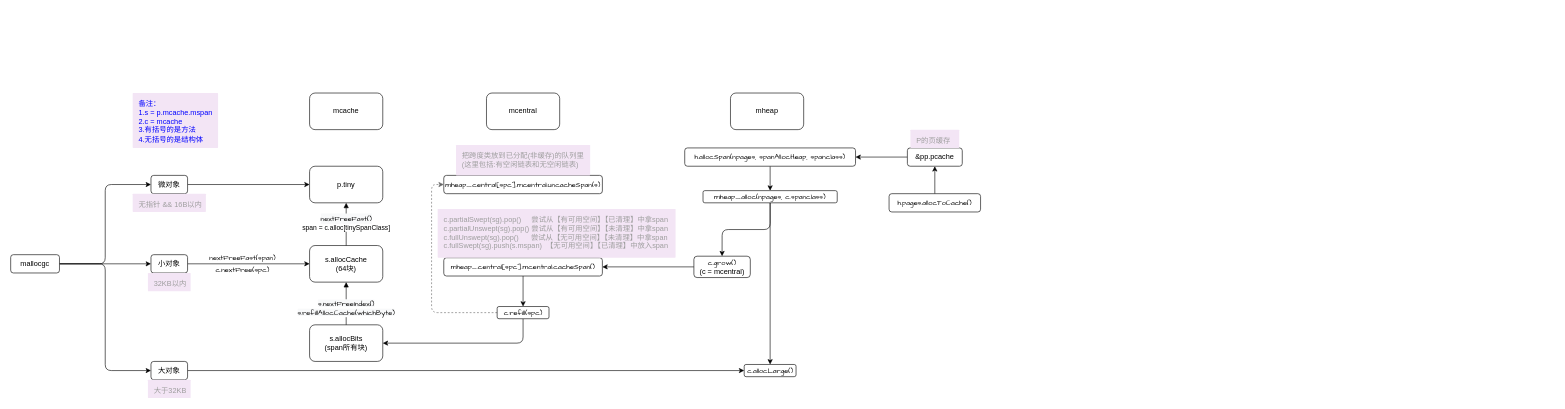
Above: book/src/内存分配流程.drawio in fire1220/annotation-go1.23.5 (draw.io), before the change. Source tidied: cells renumbered, new cells numbered last; positions are measured from the earlier drawing's top-left corner, leaving out a move shared by most shapes. Both pictures are drawn from the tidied source at 61%, with x=0, y=0 at pixel (10, 93).
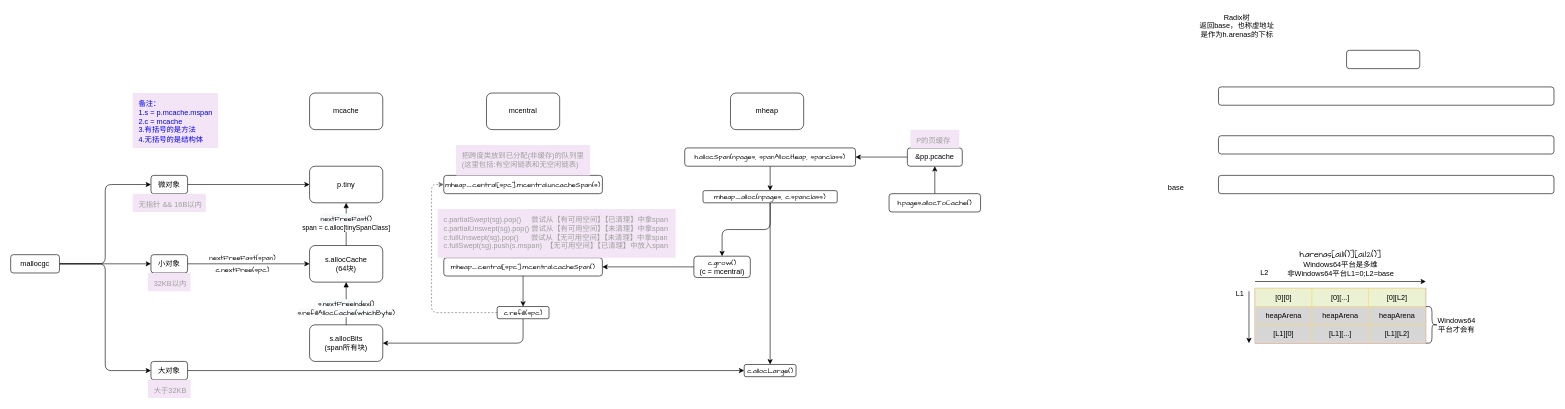
After the change.

Change to the diagram source:
```diff
@@
+    <mxCell id="48" style="rounded=1;whiteSpace=wrap;html=1;" parent="1" vertex="1">
+      <mxGeometry x="2190" y="-70" width="120" height="30" as="geometry" />
+    </mxCell>
+    <mxCell id="49" style="rounded=1;whiteSpace=wrap;html=1;" parent="1" vertex="1">
+      <mxGeometry x="1980" y="-10" width="550" height="30" as="geometry" />
+    </mxCell>
+    <mxCell id="50" style="rounded=1;whiteSpace=wrap;html=1;" parent="1" vertex="1">
+      <mxGeometry x="1980" y="70" width="550" height="30" as="geometry" />
+    </mxCell>
+    <mxCell id="51" style="rounded=1;whiteSpace=wrap;html=1;" parent="1" vertex="1">
+      <mxGeometry x="1980" y="135" width="550" height="30" as="geometry" />
+    </mxCell>
+    <mxCell id="52" value="L1" style="text;html=1;align=center;verticalAlign=middle;strokeColor=none;" parent="1" vertex="1">
+      <mxGeometry x="2000" y="320" width="30" height="20" as="geometry" />
+    </mxCell>
+    <mxCell id="53" value="L2" style="text;html=1;align=center;verticalAlign=middle;strokeColor=none;" parent="1" vertex="1">
+      <mxGeometry x="2040" y="284" width="30" height="20" as="geometry" />
+    </mxCell>
+    <mxCell id="54" style="endArrow=classic;html=1;" parent="1" edge="1">
+      <mxGeometry relative="1" as="geometry">
+        <mxPoint x="2030" y="325" as="sourcePoint" />
+        <mxPoint x="2030" y="410" as="targetPoint" />
+      </mxGeometry>
+    </mxCell>
+    <mxCell id="55" style="endArrow=classic;html=1;" parent="1" edge="1">
+      <mxGeometry relative="1" as="geometry">
+        <mxPoint x="2040" y="309" as="sourcePoint" />
+        <mxPoint x="2320" y="309" as="targetPoint" />
+      </mxGeometry>
+    </mxCell>
+    <mxCell id="56" value="base" style="text;html=1;align=center;verticalAlign=middle;strokeColor=none;" parent="1" vertex="1">
+      <mxGeometry x="1890" y="145" width="40" height="20" as="geometry" />
+    </mxCell>
+    <mxCell id="57" value="&lt;font face=&quot;Comic Sans MS&quot;&gt;&lt;span style=&quot;font-size: 14px&quot;&gt;h.arenas[ai.l1()][ai.l2()]&lt;br&gt;&lt;/span&gt;&lt;/font&gt;&lt;font style=&quot;font-size: 12px&quot;&gt;&lt;span style=&quot;text-align: left&quot;&gt;Windows64平台是多维&lt;/span&gt;&lt;br&gt;非Windows64平台L1=0;L2=base&lt;/font&gt;" style="text;html=1;align=center;verticalAlign=middle;strokeColor=none;" parent="1" vertex="1">
+      <mxGeometry x="2085" y="255" width="190" height="50" as="geometry" />
+    </mxCell>
+    <mxCell id="58" value="Radix树&lt;br&gt;返回base，也称虚地址&lt;br&gt;是作为h.arenas的下标" style="text;html=1;align=center;verticalAlign=middle;strokeColor=none;" parent="1" vertex="1">
+      <mxGeometry x="1940" y="-135" width="140" height="50" as="geometry" />
+    </mxCell>
+    <mxCell id="59" value="&lt;table border=&quot;1&quot; width=&quot;100%&quot; cellpadding=&quot;4&quot; style=&quot;width: 100% ; height: 100% ; border-collapse: collapse ; border: 1px solid rgb(255 , 217 , 102)&quot;&gt;&lt;tbody&gt;&lt;tr style=&quot;background-color: rgb(234 , 242 , 211)&quot;&gt;&lt;td&gt;[0][0]&lt;/td&gt;&lt;td&gt;[0][...]&lt;/td&gt;&lt;td&gt;[0][L2]&lt;/td&gt;&lt;/tr&gt;&lt;tr&gt;&lt;td&gt;heapArena&lt;br&gt;&lt;/td&gt;&lt;td&gt;heapArena&lt;br&gt;&lt;/td&gt;&lt;td&gt;heapArena&lt;br&gt;&lt;/td&gt;&lt;/tr&gt;&lt;tr&gt;&lt;td&gt;[L1][0]&lt;/td&gt;&lt;td&gt;[L1][...]&lt;/td&gt;&lt;td&gt;[L1][L2]&lt;/td&gt;&lt;/tr&gt;&lt;/tbody&gt;&lt;/table&gt;" style="text;html=1;overflow=fill;rounded=0;shadow=0;glass=0;labelBackgroundColor=#D6D6D6;sketch=0;align=center;fillColor=#e1d5e7;strokeColor=#9673a6;imageAspect=1;backgroundOutline=0;movableLabel=0;comic=0;fixDash=0;" parent="1" vertex="1">
+      <mxGeometry x="2040" y="320" width="280" height="90" as="geometry" />
+    </mxCell>
+    <mxCell id="60" style="shape=curlyBracket;whiteSpace=wrap;html=1;rounded=1;flipH=1;shadow=0;glass=0;labelBackgroundColor=#D6D6D6;comic=0;sketch=0;fillColor=none;" parent="1" vertex="1">
+      <mxGeometry x="2320" y="350" width="20" height="60" as="geometry" />
+    </mxCell>
+    <mxCell id="61" value="Windows64&lt;br&gt;平台才会有" style="text;html=1;align=center;verticalAlign=middle;strokeColor=none;" parent="1" vertex="1">
+      <mxGeometry x="2330" y="365" width="80" height="30" as="geometry" />
+    </mxCell>
```
